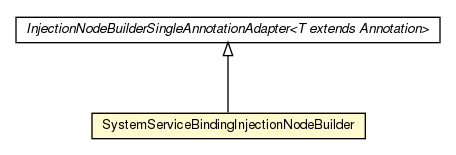
This is javadocs/main/org/androidtransfuse/gen/variableBuilder/SystemServiceBindingInjectionNodeBuilder.png from johncarl81/transfuse, a Graphviz export, as it was before one commit. Its source is kept beside it as javadocs/main/org/androidtransfuse/gen/variableBuilder/SystemServiceBindingInjectionNodeBuilder.dot.
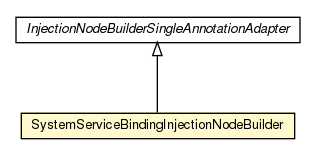
Above is the later version.

The edit, as a diff of the source:
```diff
@@ -4,15 +4,15 @@
 	node [fontname="Helvetica",fontsize=10,shape=plaintext];
 	nodesep=0.25;
 	ranksep=0.5;
-	c62643 [label=<<table title="org.androidtransfuse.gen.variableBuilder.SystemServiceBindingInjectionNodeBuilder" border="0" cellborder="1" cellspacing="0" cellpadding="2" port="p" bgcolor="lemonChiffon" href="./SystemServiceBindingInjectionNodeBuilder.html">
+	c75002 [label=<<table title="org.androidtransfuse.gen.variableBuilder.SystemServiceBindingInjectionNodeBuilder" border="0" cellborder="1" cellspacing="0" cellpadding="2" port="p" bgcolor="lemonChiffon" href="./SystemServiceBindingInjectionNodeBuilder.html">
 		<tr><td><table border="0" cellspacing="0" cellpadding="1">
 <tr><td align="center" balign="center"> SystemServiceBindingInjectionNodeBuilder </td></tr>
 		</table></td></tr>
 		</table>>, fontname="Helvetica", fontcolor="black", fontsize=10.0];
-	c62644 [label=<<table title="org.androidtransfuse.gen.variableBuilder.InjectionNodeBuilderSingleAnnotationAdapter" border="0" cellborder="1" cellspacing="0" cellpadding="2" port="p" href="./InjectionNodeBuilderSingleAnnotationAdapter.html">
+	c75003 [label=<<table title="org.androidtransfuse.gen.variableBuilder.InjectionNodeBuilderSingleAnnotationAdapter" border="0" cellborder="1" cellspacing="0" cellpadding="2" port="p" href="./InjectionNodeBuilderSingleAnnotationAdapter.html">
 		<tr><td><table border="0" cellspacing="0" cellpadding="1">
-<tr><td align="center" balign="center"><font face="Helvetica-Oblique"> InjectionNodeBuilderSingleAnnotationAdapter&lt;T extends Annotation&gt; </font></td></tr>
+<tr><td align="center" balign="center"><font face="Helvetica-Oblique"> InjectionNodeBuilderSingleAnnotationAdapter </font></td></tr>
 		</table></td></tr>
 		</table>>, fontname="Helvetica", fontcolor="black", fontsize=10.0];
-	c62644:p -> c62643:p [dir=back,arrowtail=empty];
+	c75003:p -> c75002:p [dir=back,arrowtail=empty];
 }
```
